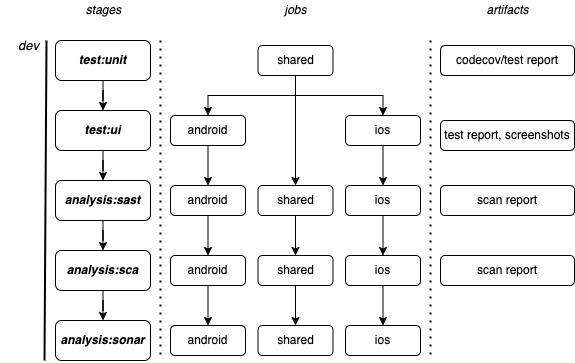
The draw.io diagram img/tesi-16-cicd-scheduled.drawio.png in paganellif/tesi-paganelli, before a commit. Source tidied: cells renumbered, new cells last; positions are measured from the earlier drawing's top-left corner, leaving out a move shared by most shapes.
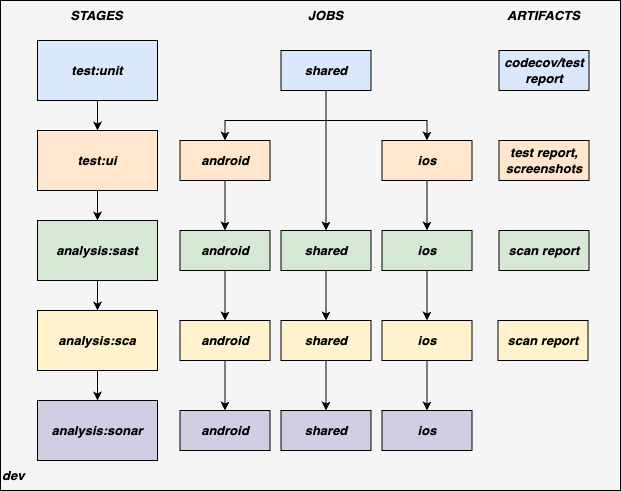
Later version of the same file.

The edit, as a diff of the source:
```diff
@@ -2,143 +2,138 @@
   <root>
     <mxCell id="0" />
     <mxCell id="1" parent="0" />
-    <mxCell id="2" style="edgeStyle=orthogonalEdgeStyle;rounded=0;jettySize=auto;html=1;" parent="1" edge="1" source="17" target="6">
-      <mxGeometry relative="1" as="geometry" />
-    </mxCell>
+    <mxCell id="45" style="rounded=0;whiteSpace=wrap;html=1;fontSize=13;strokeColor=#000000;fillColor=#f5f5f5;fontColor=#333333;" parent="1" vertex="1">
+      <mxGeometry x="4" y="240" width="620" height="490" as="geometry" />
+    </mxCell>
+    <mxCell id="46" value="&lt;i style=&quot;font-size: 13px;&quot;&gt;STAGES&lt;/i&gt;" style="text;html=1;align=center;verticalAlign=middle;strokeColor=none;fillColor=none;fontSize=13;fontStyle=1;" parent="1" vertex="1">
+      <mxGeometry x="60" y="240" width="80" height="30" as="geometry" />
+    </mxCell>
+    <mxCell id="47" value="&lt;i style=&quot;font-size: 13px;&quot;&gt;JOBS&lt;/i&gt;" style="text;html=1;align=center;verticalAlign=middle;strokeColor=none;fillColor=none;fontSize=13;fontStyle=1;" parent="1" vertex="1">
+      <mxGeometry x="298.5" y="240" width="60" height="30" as="geometry" />
+    </mxCell>
+    <mxCell id="48" value="&lt;i style=&quot;font-size: 13px;&quot;&gt;ARTIFACTS&lt;/i&gt;" style="text;html=1;align=center;verticalAlign=middle;strokeColor=none;fillColor=none;fontSize=13;fontStyle=1;" parent="1" vertex="1">
+      <mxGeometry x="496.5" y="240" width="100" height="30" as="geometry" />
+    </mxCell>
+    <mxCell id="20" value="&lt;i style=&quot;font-size: 13px;&quot;&gt;&lt;b&gt;dev&lt;/b&gt;&lt;/i&gt;" style="text;html=1;align=left;verticalAlign=middle;strokeColor=none;fillColor=none;fontSize=13;" parent="1" vertex="1">
+      <mxGeometry x="4" y="700" width="50" height="30" as="geometry" />
+    </mxCell>
-    <mxCell id="3" style="edgeStyle=orthogonalEdgeStyle;rounded=0;jettySize=auto;html=1;" parent="1" edge="1" source="4" target="17">
+    <mxCell id="3" style="edgeStyle=orthogonalEdgeStyle;rounded=0;jettySize=auto;html=1;fontSize=13;startArrow=none;startFill=0;endArrow=classic;endFill=1;strokeColor=#000000;" parent="1" edge="1" source="4" target="17">
       <mxGeometry relative="1" as="geometry" />
     </mxCell>
-    <mxCell id="4" value="&lt;b&gt;&lt;i&gt;test:unit&lt;/i&gt;&lt;/b&gt;" style="rounded=1;whiteSpace=wrap;html=1;" parent="1" vertex="1">
-      <mxGeometry x="55" y="40" width="95" height="40" as="geometry" />
+    <mxCell id="4" value="&lt;b style=&quot;font-size: 13px;&quot;&gt;&lt;i style=&quot;font-size: 13px;&quot;&gt;test:unit&lt;/i&gt;&lt;/b&gt;" style="rounded=0;whiteSpace=wrap;html=1;fontSize=13;strokeColor=#000000;fillColor=#dae8fc;" parent="1" vertex="1">
+      <mxGeometry x="41" y="280" width="120" height="60" as="geometry" />
     </mxCell>
+    <mxCell id="2" style="edgeStyle=orthogonalEdgeStyle;rounded=0;jettySize=auto;html=1;fontSize=13;startArrow=none;startFill=0;endArrow=classic;endFill=1;strokeColor=#000000;" parent="1" edge="1" source="17" target="6">
+      <mxGeometry relative="1" as="geometry" />
+    </mxCell>
+    <mxCell id="17" value="&lt;b style=&quot;font-size: 13px;&quot;&gt;&lt;i style=&quot;font-size: 13px;&quot;&gt;test:ui&lt;/i&gt;&lt;/b&gt;" style="rounded=0;whiteSpace=wrap;html=1;fontSize=13;strokeColor=#000000;fillColor=#ffe6cc;" parent="1" vertex="1">
+      <mxGeometry x="41" y="370" width="120" height="60" as="geometry" />
+    </mxCell>
-    <mxCell id="5" style="edgeStyle=orthogonalEdgeStyle;rounded=0;jettySize=auto;html=1;" parent="1" edge="1" source="6" target="22">
+    <mxCell id="5" style="edgeStyle=orthogonalEdgeStyle;rounded=0;jettySize=auto;html=1;fontSize=13;startArrow=none;startFill=0;endArrow=classic;endFill=1;strokeColor=#000000;" parent="1" edge="1" source="6" target="22">
       <mxGeometry relative="1" as="geometry" />
     </mxCell>
-    <mxCell id="6" value="&lt;b&gt;&lt;i&gt;analysis:sast&lt;/i&gt;&lt;/b&gt;" style="rounded=1;whiteSpace=wrap;html=1;" parent="1" vertex="1">
-      <mxGeometry x="55" y="180" width="95" height="40" as="geometry" />
+    <mxCell id="6" value="&lt;b style=&quot;font-size: 13px;&quot;&gt;&lt;i style=&quot;font-size: 13px;&quot;&gt;analysis:sast&lt;/i&gt;&lt;/b&gt;" style="rounded=0;whiteSpace=wrap;html=1;fontSize=13;strokeColor=#000000;fillColor=#d5e8d4;" parent="1" vertex="1">
+      <mxGeometry x="41" y="460" width="120" height="60" as="geometry" />
     </mxCell>
-    <mxCell id="7" style="endArrow=none;dashed=1;html=1;dashPattern=1 3;strokeWidth=2;rounded=0;" parent="1" edge="1">
-      <mxGeometry relative="1" as="geometry">
-        <mxPoint x="160" y="40" as="sourcePoint" />
-        <mxPoint x="160" y="360" as="targetPoint" />
-      </mxGeometry>
-    </mxCell>
-    <mxCell id="8" style="endArrow=none;dashed=1;html=1;dashPattern=1 3;strokeWidth=2;rounded=0;" parent="1" edge="1">
-      <mxGeometry relative="1" as="geometry">
-        <mxPoint x="430" y="40" as="sourcePoint" />
-        <mxPoint x="430" y="360" as="targetPoint" />
-      </mxGeometry>
-    </mxCell>
-    <mxCell id="9" value="&lt;i&gt;stages&lt;/i&gt;" style="text;html=1;align=center;verticalAlign=middle;strokeColor=none;fillColor=none;" parent="1" vertex="1">
-      <mxGeometry x="77.5" width="50" height="20" as="geometry" />
-    </mxCell>
-    <mxCell id="10" value="&lt;i&gt;jobs&lt;/i&gt;" style="text;html=1;align=center;verticalAlign=middle;strokeColor=none;fillColor=none;" parent="1" vertex="1">
-      <mxGeometry x="275" width="40" height="20" as="geometry" />
-    </mxCell>
-    <mxCell id="11" value="&lt;i&gt;artifacts&lt;/i&gt;" style="text;html=1;align=center;verticalAlign=middle;strokeColor=none;fillColor=none;" parent="1" vertex="1">
-      <mxGeometry x="477" width="60" height="20" as="geometry" />
-    </mxCell>
-    <mxCell id="12" value="scan report" style="rounded=1;whiteSpace=wrap;html=1;" parent="1" vertex="1">
-      <mxGeometry x="440" y="185" width="134" height="30" as="geometry" />
-    </mxCell>
-    <mxCell id="13" style="edgeStyle=orthogonalEdgeStyle;rounded=0;jettySize=auto;html=1;" parent="1" edge="1" source="14" target="24">
-      <mxGeometry relative="1" as="geometry" />
-    </mxCell>
-    <mxCell id="14" value="android" style="rounded=1;whiteSpace=wrap;html=1;" parent="1" vertex="1">
-      <mxGeometry x="170" y="185" width="75" height="30" as="geometry" />
-    </mxCell>
-    <mxCell id="15" style="edgeStyle=orthogonalEdgeStyle;rounded=0;jettySize=auto;html=1;" parent="1" edge="1" source="18" target="14">
-      <mxGeometry relative="1" as="geometry" />
-    </mxCell>
-    <mxCell id="16" style="edgeStyle=orthogonalEdgeStyle;rounded=0;jettySize=auto;html=1;exitX=0.5;exitY=1;exitDx=0;exitDy=0;" parent="1" edge="1" source="29" target="18">
-      <mxGeometry relative="1" as="geometry" />
-    </mxCell>
-    <mxCell id="17" value="&lt;b&gt;&lt;i&gt;test:ui&lt;/i&gt;&lt;/b&gt;" style="rounded=1;whiteSpace=wrap;html=1;" parent="1" vertex="1">
-      <mxGeometry x="55" y="110" width="95" height="40" as="geometry" />
-    </mxCell>
-    <mxCell id="18" value="android" style="rounded=1;whiteSpace=wrap;html=1;" parent="1" vertex="1">
-      <mxGeometry x="170" y="115" width="75" height="30" as="geometry" />
-    </mxCell>
-    <mxCell id="19" style="endArrow=none;html=1;rounded=0;strokeWidth=2;" parent="1" edge="1">
-      <mxGeometry relative="1" as="geometry">
-        <mxPoint x="44" y="360" as="sourcePoint" />
-        <mxPoint x="46" y="40" as="targetPoint" />
-      </mxGeometry>
-    </mxCell>
-    <mxCell id="20" value="&lt;i&gt;dev&lt;/i&gt;" style="text;html=1;align=right;verticalAlign=middle;strokeColor=none;fillColor=none;fontSize=13;" parent="1" vertex="1">
-      <mxGeometry y="30" width="40" height="30" as="geometry" />
-    </mxCell>
+    <mxCell id="49" style="edgeStyle=orthogonalEdgeStyle;rounded=0;jettySize=auto;html=1;fontSize=13;startArrow=none;startFill=0;endArrow=classic;endFill=1;strokeColor=#000000;exitX=0.5;exitY=1;exitDx=0;exitDy=0;" parent="1" edge="1" source="52" target="70">
+      <mxGeometry relative="1" as="geometry" />
+    </mxCell>
+    <mxCell id="50" style="edgeStyle=orthogonalEdgeStyle;rounded=0;jettySize=auto;html=1;fontSize=13;startArrow=none;startFill=0;endArrow=classic;endFill=1;strokeColor=#000000;entryX=0.5;entryY=0;entryDx=0;entryDy=0;" parent="1" edge="1" source="52" target="56">
+      <mxGeometry relative="1" as="geometry">
+        <Array as="points">
+          <mxPoint x="330" y="360" />
+          <mxPoint x="431" y="360" />
+        </Array>
+      </mxGeometry>
+    </mxCell>
+    <mxCell id="51" style="edgeStyle=orthogonalEdgeStyle;rounded=0;jettySize=auto;html=1;fontSize=13;startArrow=none;startFill=0;endArrow=classic;endFill=1;strokeColor=#000000;entryX=0.5;entryY=0;entryDx=0;entryDy=0;" parent="1" edge="1" source="52" target="54">
+      <mxGeometry relative="1" as="geometry">
+        <Array as="points">
+          <mxPoint x="330" y="360" />
+          <mxPoint x="229" y="360" />
+        </Array>
+      </mxGeometry>
+    </mxCell>
+    <mxCell id="52" value="&lt;b style=&quot;font-size: 13px;&quot;&gt;&lt;i style=&quot;font-size: 13px;&quot;&gt;shared&lt;/i&gt;&lt;/b&gt;" style="rounded=0;whiteSpace=wrap;html=1;fontSize=13;strokeColor=#000000;fillColor=#dae8fc;" parent="1" vertex="1">
+      <mxGeometry x="284.5" y="290" width="90" height="40" as="geometry" />
+    </mxCell>
+    <mxCell id="53" style="edgeStyle=orthogonalEdgeStyle;rounded=0;jettySize=auto;html=1;fontSize=13;startArrow=none;startFill=0;endArrow=classic;endFill=1;strokeColor=#000000;" parent="1" edge="1" source="54" target="58">
+      <mxGeometry relative="1" as="geometry" />
+    </mxCell>
+    <mxCell id="54" value="&lt;b style=&quot;font-size: 13px;&quot;&gt;&lt;i style=&quot;font-size: 13px;&quot;&gt;android&lt;/i&gt;&lt;/b&gt;" style="rounded=0;whiteSpace=wrap;html=1;fontSize=13;strokeColor=#000000;fillColor=#ffe6cc;" parent="1" vertex="1">
+      <mxGeometry x="183.5" y="380" width="90" height="40" as="geometry" />
+    </mxCell>
+    <mxCell id="55" style="edgeStyle=orthogonalEdgeStyle;rounded=0;jettySize=auto;html=1;fontSize=13;startArrow=none;startFill=0;endArrow=classic;endFill=1;strokeColor=#000000;" parent="1" edge="1" source="56" target="60">
+      <mxGeometry relative="1" as="geometry" />
+    </mxCell>
+    <mxCell id="56" value="&lt;b style=&quot;font-size: 13px;&quot;&gt;&lt;i style=&quot;font-size: 13px;&quot;&gt;ios&lt;/i&gt;&lt;/b&gt;" style="rounded=0;whiteSpace=wrap;html=1;fontSize=13;strokeColor=#000000;fillColor=#ffe6cc;" parent="1" vertex="1">
+      <mxGeometry x="385.5" y="380" width="90" height="40" as="geometry" />
+    </mxCell>
+    <mxCell id="57" style="edgeStyle=orthogonalEdgeStyle;rounded=0;jettySize=auto;html=1;fontSize=13;startArrow=none;startFill=0;endArrow=classic;endFill=1;strokeColor=#000000;" parent="1" edge="1" source="58" target="72">
+      <mxGeometry relative="1" as="geometry" />
+    </mxCell>
+    <mxCell id="58" value="&lt;b style=&quot;font-size: 13px;&quot;&gt;&lt;i style=&quot;font-size: 13px;&quot;&gt;android&lt;/i&gt;&lt;/b&gt;" style="rounded=0;whiteSpace=wrap;html=1;fontSize=13;strokeColor=#000000;fillColor=#d5e8d4;" parent="1" vertex="1">
+      <mxGeometry x="183.5" y="470" width="90" height="40" as="geometry" />
+    </mxCell>
+    <mxCell id="59" style="edgeStyle=orthogonalEdgeStyle;rounded=0;jettySize=auto;html=1;fontSize=13;startArrow=none;startFill=0;endArrow=classic;endFill=1;strokeColor=#000000;" parent="1" edge="1" source="60" target="65">
+      <mxGeometry relative="1" as="geometry" />
+    </mxCell>
+    <mxCell id="60" value="&lt;b style=&quot;font-size: 13px;&quot;&gt;&lt;i style=&quot;font-size: 13px;&quot;&gt;ios&lt;/i&gt;&lt;/b&gt;" style="rounded=0;whiteSpace=wrap;html=1;fontSize=13;strokeColor=#000000;fillColor=#d5e8d4;" parent="1" vertex="1">
+      <mxGeometry x="385.5" y="470" width="90" height="40" as="geometry" />
+    </mxCell>
+    <mxCell id="39" value="&lt;b style=&quot;font-size: 13px;&quot;&gt;&lt;i style=&quot;font-size: 13px;&quot;&gt;codecov/test report&lt;/i&gt;&lt;/b&gt;" style="rounded=0;whiteSpace=wrap;html=1;fontSize=13;strokeColor=#000000;fillColor=#dae8fc;" parent="1" vertex="1">
+      <mxGeometry x="502.5" y="290" width="90" height="40" as="geometry" />
+    </mxCell>
+    <mxCell id="40" value="&lt;b style=&quot;font-size: 13px;&quot;&gt;&lt;i style=&quot;font-size: 13px;&quot;&gt;test report, screenshots&lt;/i&gt;&lt;/b&gt;" style="rounded=0;whiteSpace=wrap;html=1;fontSize=13;strokeColor=#000000;fillColor=#ffe6cc;" parent="1" vertex="1">
+      <mxGeometry x="502.5" y="380" width="90" height="40" as="geometry" />
+    </mxCell>
+    <mxCell id="61" value="&lt;b style=&quot;font-size: 13px;&quot;&gt;&lt;i style=&quot;font-size: 13px;&quot;&gt;scan report&lt;/i&gt;&lt;/b&gt;" style="rounded=0;whiteSpace=wrap;html=1;fontSize=13;strokeColor=#000000;fillColor=#d5e8d4;" parent="1" vertex="1">
+      <mxGeometry x="502.5" y="470" width="90" height="40" as="geometry" />
+    </mxCell>
-    <mxCell id="21" style="edgeStyle=orthogonalEdgeStyle;rounded=0;jettySize=auto;html=1;" parent="1" edge="1" source="22" target="41">
+    <mxCell id="21" style="edgeStyle=orthogonalEdgeStyle;rounded=0;jettySize=auto;html=1;fontSize=13;startArrow=none;startFill=0;endArrow=classic;endFill=1;strokeColor=#000000;" parent="1" edge="1" source="22" target="41">
       <mxGeometry relative="1" as="geometry" />
     </mxCell>
-    <mxCell id="22" value="&lt;b&gt;&lt;i&gt;analysis:sca&lt;/i&gt;&lt;/b&gt;" style="rounded=1;whiteSpace=wrap;html=1;" parent="1" vertex="1">
-      <mxGeometry x="55" y="250" width="95" height="40" as="geometry" />
+    <mxCell id="22" value="&lt;b style=&quot;font-size: 13px;&quot;&gt;&lt;i style=&quot;font-size: 13px;&quot;&gt;analysis:sca&lt;/i&gt;&lt;/b&gt;" style="rounded=0;whiteSpace=wrap;html=1;fontSize=13;strokeColor=#000000;fillColor=#fff2cc;" parent="1" vertex="1">
+      <mxGeometry x="41" y="550" width="120" height="60" as="geometry" />
     </mxCell>
-    <mxCell id="23" style="edgeStyle=orthogonalEdgeStyle;rounded=0;jettySize=auto;html=1;" parent="1" edge="1" source="24" target="42">
-      <mxGeometry relative="1" as="geometry" />
-    </mxCell>
-    <mxCell id="24" value="android" style="rounded=1;whiteSpace=wrap;html=1;" parent="1" vertex="1">
-      <mxGeometry x="170" y="255" width="75" height="30" as="geometry" />
-    </mxCell>
-    <mxCell id="25" value="scan report" style="rounded=1;whiteSpace=wrap;html=1;" parent="1" vertex="1">
-      <mxGeometry x="440" y="255" width="134" height="30" as="geometry" />
-    </mxCell>
-    <mxCell id="26" style="edgeStyle=orthogonalEdgeStyle;rounded=0;jettySize=auto;html=1;" parent="1" edge="1" source="27" target="31">
-      <mxGeometry relative="1" as="geometry" />
-    </mxCell>
-    <mxCell id="27" value="shared" style="rounded=1;whiteSpace=wrap;html=1;" parent="1" vertex="1">
-      <mxGeometry x="257.5" y="185" width="75" height="30" as="geometry" />
-    </mxCell>
-    <mxCell id="28" style="edgeStyle=orthogonalEdgeStyle;rounded=0;jettySize=auto;html=1;" parent="1" edge="1" source="29" target="27">
-      <mxGeometry relative="1" as="geometry" />
-    </mxCell>
-    <mxCell id="29" value="shared" style="rounded=1;whiteSpace=wrap;html=1;" parent="1" vertex="1">
-      <mxGeometry x="257.5" y="45" width="75" height="30" as="geometry" />
-    </mxCell>
-    <mxCell id="30" style="edgeStyle=orthogonalEdgeStyle;rounded=0;jettySize=auto;html=1;" parent="1" edge="1" source="31" target="43">
-      <mxGeometry relative="1" as="geometry" />
-    </mxCell>
-    <mxCell id="31" value="shared" style="rounded=1;whiteSpace=wrap;html=1;" parent="1" vertex="1">
-      <mxGeometry x="257.5" y="255" width="75" height="30" as="geometry" />
-    </mxCell>
-    <mxCell id="32" style="edgeStyle=orthogonalEdgeStyle;rounded=0;jettySize=auto;html=1;" parent="1" edge="1" source="33" target="38">
-      <mxGeometry relative="1" as="geometry" />
-    </mxCell>
-    <mxCell id="33" value="ios" style="rounded=1;whiteSpace=wrap;html=1;" parent="1" vertex="1">
-      <mxGeometry x="345" y="185" width="75" height="30" as="geometry" />
-    </mxCell>
-    <mxCell id="34" style="edgeStyle=orthogonalEdgeStyle;rounded=0;jettySize=auto;html=1;" parent="1" edge="1" source="36" target="33">
-      <mxGeometry relative="1" as="geometry" />
-    </mxCell>
-    <mxCell id="35" style="edgeStyle=orthogonalEdgeStyle;rounded=0;jettySize=auto;html=1;exitX=0.5;exitY=1;exitDx=0;exitDy=0;" parent="1" edge="1" source="29" target="36">
-      <mxGeometry relative="1" as="geometry" />
-    </mxCell>
-    <mxCell id="36" value="ios" style="rounded=1;whiteSpace=wrap;html=1;" parent="1" vertex="1">
-      <mxGeometry x="345" y="115" width="75" height="30" as="geometry" />
-    </mxCell>
-    <mxCell id="37" style="edgeStyle=orthogonalEdgeStyle;rounded=0;jettySize=auto;html=1;" parent="1" edge="1" source="38" target="44">
-      <mxGeometry relative="1" as="geometry" />
-    </mxCell>
-    <mxCell id="38" value="ios" style="rounded=1;whiteSpace=wrap;html=1;" parent="1" vertex="1">
-      <mxGeometry x="345" y="255" width="75" height="30" as="geometry" />
-    </mxCell>
-    <mxCell id="39" value="codecov/test report" style="rounded=1;whiteSpace=wrap;html=1;" parent="1" vertex="1">
-      <mxGeometry x="440" y="45" width="134" height="30" as="geometry" />
-    </mxCell>
-    <mxCell id="40" value="test report, screenshots" style="rounded=1;whiteSpace=wrap;html=1;" parent="1" vertex="1">
-      <mxGeometry x="440" y="120" width="134" height="30" as="geometry" />
-    </mxCell>
-    <mxCell id="41" value="&lt;b&gt;&lt;i&gt;analysis:sonar&lt;/i&gt;&lt;/b&gt;" style="rounded=1;whiteSpace=wrap;html=1;" parent="1" vertex="1">
-      <mxGeometry x="55" y="320" width="95" height="40" as="geometry" />
+    <mxCell id="41" value="&lt;b style=&quot;font-size: 13px;&quot;&gt;&lt;i style=&quot;font-size: 13px;&quot;&gt;analysis:sonar&lt;/i&gt;&lt;/b&gt;" style="rounded=0;whiteSpace=wrap;html=1;fontSize=13;strokeColor=#000000;fillColor=#d0cee2;" parent="1" vertex="1">
+      <mxGeometry x="41" y="640" width="120" height="60" as="geometry" />
     </mxCell>
-    <mxCell id="42" value="android" style="rounded=1;whiteSpace=wrap;html=1;" parent="1" vertex="1">
-      <mxGeometry x="170" y="325" width="75" height="30" as="geometry" />
-    </mxCell>
-    <mxCell id="43" value="shared" style="rounded=1;whiteSpace=wrap;html=1;" parent="1" vertex="1">
-      <mxGeometry x="257.5" y="325" width="75" height="30" as="geometry" />
-    </mxCell>
-    <mxCell id="44" value="ios" style="rounded=1;whiteSpace=wrap;html=1;" parent="1" vertex="1">
-      <mxGeometry x="345" y="325" width="75" height="30" as="geometry" />
-    </mxCell>
+    <mxCell id="62" style="edgeStyle=orthogonalEdgeStyle;rounded=0;jettySize=auto;html=1;fontSize=13;startArrow=none;startFill=0;endArrow=classic;endFill=1;strokeColor=#000000;" parent="1" edge="1" source="63" target="67">
+      <mxGeometry relative="1" as="geometry" />
+    </mxCell>
+    <mxCell id="63" value="&lt;b style=&quot;font-size: 13px;&quot;&gt;&lt;i style=&quot;font-size: 13px;&quot;&gt;shared&lt;/i&gt;&lt;/b&gt;" style="rounded=0;whiteSpace=wrap;html=1;fontSize=13;strokeColor=#000000;fillColor=#fff2cc;" parent="1" vertex="1">
+      <mxGeometry x="284.5" y="560" width="90" height="40" as="geometry" />
+    </mxCell>
+    <mxCell id="64" style="edgeStyle=orthogonalEdgeStyle;rounded=0;jettySize=auto;html=1;fontSize=13;startArrow=none;startFill=0;endArrow=classic;endFill=1;strokeColor=#000000;" parent="1" edge="1" source="65" target="68">
+      <mxGeometry relative="1" as="geometry" />
+    </mxCell>
+    <mxCell id="65" value="&lt;b style=&quot;font-size: 13px;&quot;&gt;&lt;i style=&quot;font-size: 13px;&quot;&gt;ios&lt;/i&gt;&lt;/b&gt;" style="rounded=0;whiteSpace=wrap;html=1;fontSize=13;strokeColor=#000000;fillColor=#fff2cc;" parent="1" vertex="1">
+      <mxGeometry x="385.5" y="560" width="90" height="40" as="geometry" />
+    </mxCell>
+    <mxCell id="66" value="&lt;b style=&quot;font-size: 13px;&quot;&gt;&lt;i style=&quot;font-size: 13px;&quot;&gt;android&lt;/i&gt;&lt;/b&gt;" style="rounded=0;whiteSpace=wrap;html=1;fontSize=13;strokeColor=#000000;fillColor=#d0cee2;" parent="1" vertex="1">
+      <mxGeometry x="183.5" y="650" width="90" height="40" as="geometry" />
+    </mxCell>
+    <mxCell id="67" value="&lt;b style=&quot;font-size: 13px;&quot;&gt;&lt;i style=&quot;font-size: 13px;&quot;&gt;shared&lt;/i&gt;&lt;/b&gt;" style="rounded=0;whiteSpace=wrap;html=1;fontSize=13;strokeColor=#000000;fillColor=#d0cee2;" parent="1" vertex="1">
+      <mxGeometry x="284.5" y="650" width="90" height="40" as="geometry" />
+    </mxCell>
+    <mxCell id="68" value="&lt;b style=&quot;font-size: 13px;&quot;&gt;&lt;i style=&quot;font-size: 13px;&quot;&gt;ios&lt;/i&gt;&lt;/b&gt;" style="rounded=0;whiteSpace=wrap;html=1;fontSize=13;strokeColor=#000000;fillColor=#d0cee2;" parent="1" vertex="1">
+      <mxGeometry x="385.5" y="650" width="90" height="40" as="geometry" />
+    </mxCell>
+    <mxCell id="69" style="edgeStyle=orthogonalEdgeStyle;rounded=0;jettySize=auto;html=1;fontSize=13;startArrow=none;startFill=0;endArrow=classic;endFill=1;strokeColor=#000000;" parent="1" edge="1" source="70" target="63">
+      <mxGeometry relative="1" as="geometry" />
+    </mxCell>
+    <mxCell id="70" value="&lt;b style=&quot;font-size: 13px;&quot;&gt;&lt;i style=&quot;font-size: 13px;&quot;&gt;shared&lt;/i&gt;&lt;/b&gt;" style="rounded=0;whiteSpace=wrap;html=1;fontSize=13;strokeColor=#000000;fillColor=#d5e8d4;" parent="1" vertex="1">
+      <mxGeometry x="284.5" y="470" width="90" height="40" as="geometry" />
+    </mxCell>
+    <mxCell id="71" style="edgeStyle=orthogonalEdgeStyle;rounded=0;jettySize=auto;html=1;fontSize=13;startArrow=none;startFill=0;endArrow=classic;endFill=1;strokeColor=#000000;" parent="1" edge="1" source="72" target="66">
+      <mxGeometry relative="1" as="geometry" />
+    </mxCell>
+    <mxCell id="72" value="&lt;b style=&quot;font-size: 13px;&quot;&gt;&lt;i style=&quot;font-size: 13px;&quot;&gt;android&lt;/i&gt;&lt;/b&gt;" style="rounded=0;whiteSpace=wrap;html=1;fontSize=13;strokeColor=#000000;fillColor=#fff2cc;" parent="1" vertex="1">
+      <mxGeometry x="183.5" y="560" width="90" height="40" as="geometry" />
+    </mxCell>
+    <mxCell id="73" value="&lt;b style=&quot;font-size: 13px;&quot;&gt;&lt;i style=&quot;font-size: 13px;&quot;&gt;scan report&lt;/i&gt;&lt;/b&gt;" style="rounded=0;whiteSpace=wrap;html=1;fontSize=13;strokeColor=#000000;fillColor=#fff2cc;" parent="1" vertex="1">
+      <mxGeometry x="501.5" y="560" width="90" height="40" as="geometry" />
+    </mxCell>
   </root>
 </mxGraphModel>
```
